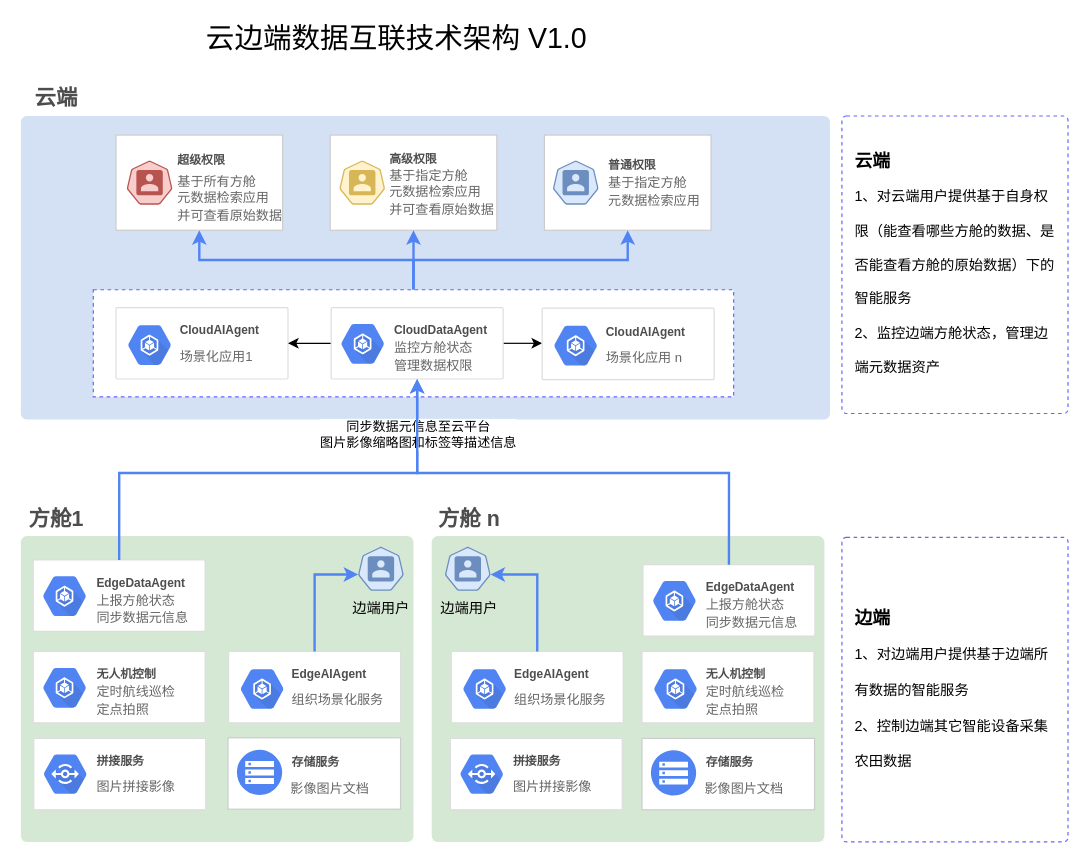
Earlier version of the draw.io diagram page "第 14 页" (14 of 14) of agriview.drawio (GISering/diagram). Source tidied: cells renumbered, new cells numbered last; positions are measured from the earlier drawing's top-left corner, leaving out a move shared by most shapes. Both pictures are drawn from the tidied source at 119%, with x=0, y=0 at pixel (20, 20).
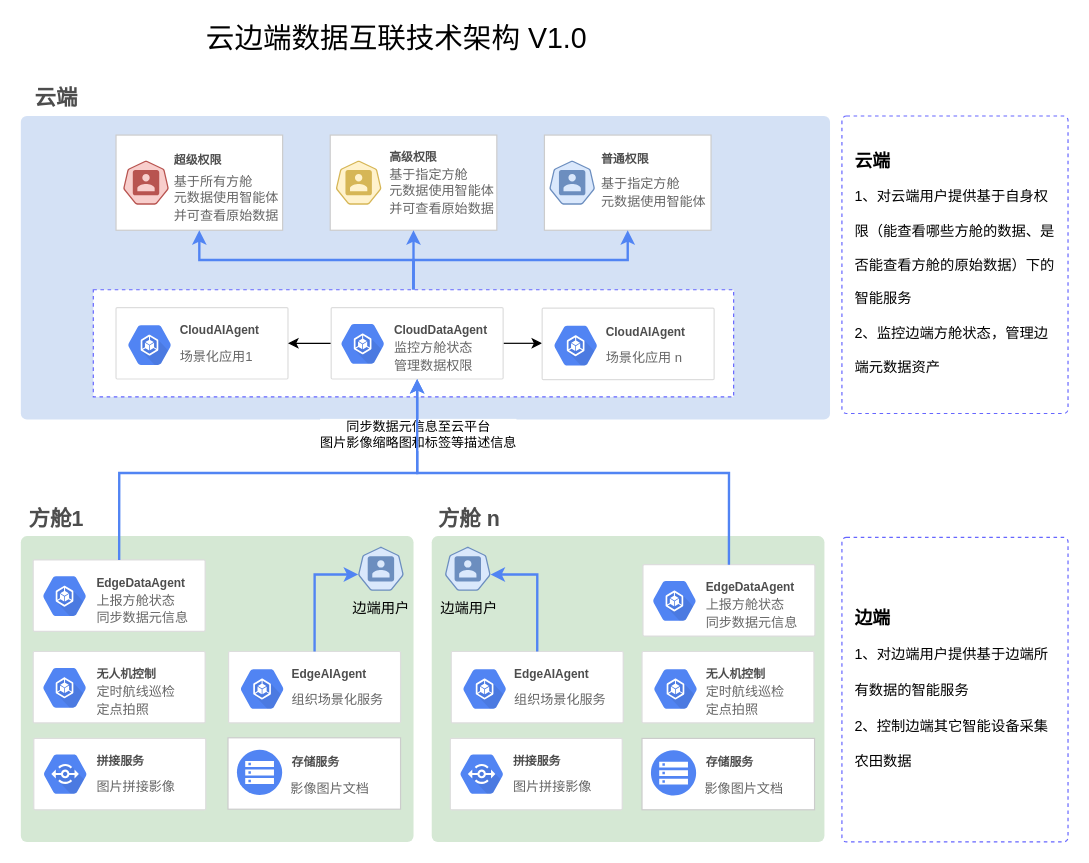
The same page after the edit.

Diff of the diagram source:
```diff
@@
     <mxCell id="59" style="sketch=0;html=1;dashed=0;whitespace=wrap;verticalLabelPosition=bottom;verticalAlign=top;fillColor=#f8cecc;strokeColor=#b85450;shape=mxgraph.kubernetes.icon2;prIcon=user;" parent="1" vertex="1">
-      <mxGeometry x="88.9" y="117.5" width="38.6" height="37" as="geometry" />
+      <mxGeometry x="85.9" y="117.5" width="38.6" height="37" as="geometry" />
     </mxCell>
     <mxCell id="60" style="group;" parent="1" vertex="1">
-      <mxGeometry x="130" y="91" width="100" height="88.5" as="geometry" />
+      <mxGeometry x="127" y="91" width="100" height="88.5" as="geometry" />
     </mxCell>
@@
-    <mxCell id="62" value="&lt;font style=&quot;font-size: 11px;&quot;&gt;基于所有方舱&lt;/font&gt;&lt;div&gt;&lt;font style=&quot;font-size: 11px;&quot;&gt;元数据&lt;/font&gt;&lt;span style=&quot;font-size: 11px; background-color: transparent; color: light-dark(rgb(102, 102, 102), rgb(149, 149, 149));&quot;&gt;检索&lt;/span&gt;&lt;span style=&quot;font-size: 11px; background-color: transparent; color: light-dark(rgb(102, 102, 102), rgb(149, 149, 149));&quot;&gt;应用&lt;/span&gt;&lt;/div&gt;&lt;div&gt;&lt;font style=&quot;font-size: 11px;&quot;&gt;并可查看原始数据&lt;/font&gt;&lt;/div&gt;" style="text;html=1;strokeColor=none;fillColor=none;align=left;verticalAlign=middle;whiteSpace=wrap;rounded=0;fontColor=#666666;" parent="60" vertex="1">
+    <mxCell id="62" value="&lt;font style=&quot;font-size: 11px;&quot;&gt;基于所有方舱&lt;/font&gt;&lt;div&gt;&lt;font style=&quot;font-size: 11px;&quot;&gt;元数据&lt;/font&gt;&lt;span style=&quot;font-size: 11px; background-color: transparent; color: light-dark(rgb(102, 102, 102), rgb(149, 149, 149));&quot;&gt;使用智能体&lt;/span&gt;&lt;span style=&quot;font-size: 11px; background-color: transparent; color: light-dark(rgb(102, 102, 102), rgb(149, 149, 149));&quot;&gt;并可查看原始数据&lt;/span&gt;&lt;/div&gt;" style="text;html=1;strokeColor=none;fillColor=none;align=left;verticalAlign=middle;whiteSpace=wrap;rounded=0;fontColor=#666666;" parent="60" vertex="1">
       <mxGeometry y="32.4" width="98.2" height="51.1" as="geometry" />
     </mxCell>
@@
     <mxCell id="64" style="sketch=0;html=1;dashed=0;whitespace=wrap;verticalLabelPosition=bottom;verticalAlign=top;fillColor=#fff2cc;strokeColor=#d6b656;shape=mxgraph.kubernetes.icon2;prIcon=user;" parent="1" vertex="1">
-      <mxGeometry x="267.6" y="117.5" width="38.6" height="37" as="geometry" />
+      <mxGeometry x="264.6" y="117.5" width="38.6" height="37" as="geometry" />
     </mxCell>
     <mxCell id="65" style="group;" parent="1" vertex="1">
-      <mxGeometry x="308" y="93" width="92" height="78.5" as="geometry" />
+      <mxGeometry x="308" y="90" width="92" height="81.5" as="geometry" />
     </mxCell>
     <mxCell id="66" value="&lt;font style=&quot;font-size: 10px;&quot;&gt;高级权限&lt;/font&gt;" style="text;html=1;strokeColor=none;fillColor=none;align=left;verticalAlign=middle;whiteSpace=wrap;rounded=0;fontColor=#4D4D4D;fontStyle=1;" parent="65" vertex="1">
-      <mxGeometry width="92" height="45.3" as="geometry" />
+      <mxGeometry width="92" height="47" as="geometry" />
     </mxCell>
-    <mxCell id="67" value="&lt;font style=&quot;font-size: 11px;&quot;&gt;基于指定方舱&lt;/font&gt;&lt;div&gt;&lt;font style=&quot;font-size: 11px;&quot;&gt;元数据&lt;/font&gt;&lt;span style=&quot;font-size: 11px; background-color: transparent; color: light-dark(rgb(102, 102, 102), rgb(149, 149, 149));&quot;&gt;检索&lt;/span&gt;&lt;span style=&quot;font-size: 11px; background-color: transparent; color: light-dark(rgb(102, 102, 102), rgb(149, 149, 149));&quot;&gt;应用&lt;/span&gt;&lt;/div&gt;&lt;div&gt;&lt;font style=&quot;font-size: 11px;&quot;&gt;并可查看原始数据&lt;/font&gt;&lt;/div&gt;" style="text;html=1;strokeColor=none;fillColor=none;align=left;verticalAlign=middle;whiteSpace=wrap;rounded=0;fontColor=#666666;" parent="65" vertex="1">
-      <mxGeometry y="28.2" width="90.3" height="45.3" as="geometry" />
+    <mxCell id="67" value="&lt;font style=&quot;font-size: 11px;&quot;&gt;基于指定方舱&lt;/font&gt;&lt;div&gt;&lt;font style=&quot;font-size: 11px;&quot;&gt;元数据使用智能体&lt;/font&gt;&lt;/div&gt;&lt;div&gt;&lt;font style=&quot;font-size: 11px;&quot;&gt;并可查看原始数据&lt;/font&gt;&lt;/div&gt;" style="text;html=1;strokeColor=none;fillColor=none;align=left;verticalAlign=middle;whiteSpace=wrap;rounded=0;fontColor=#666666;" parent="65" vertex="1">
+      <mxGeometry y="29.3" width="90.3" height="47" as="geometry" />
     </mxCell>
@@
     <mxCell id="69" style="sketch=0;html=1;dashed=0;whitespace=wrap;verticalLabelPosition=bottom;verticalAlign=top;fillColor=#dae8fc;strokeColor=#6c8ebf;shape=mxgraph.kubernetes.icon2;prIcon=user;" parent="1" vertex="1">
-      <mxGeometry x="447" y="117.5" width="38.6" height="37" as="geometry" />
+      <mxGeometry x="444" y="117.5" width="38.6" height="37" as="geometry" />
     </mxCell>
     <mxCell id="70" style="group;" parent="1" vertex="1">
-      <mxGeometry x="492" y="106" width="82.5" height="52" as="geometry" />
+      <mxGeometry x="486" y="96" width="98" height="68" as="geometry" />
     </mxCell>
     <mxCell id="71" value="&lt;font style=&quot;font-size: 10px;&quot;&gt;普通权限&lt;/font&gt;" style="text;html=1;strokeColor=none;fillColor=none;align=left;verticalAlign=middle;whiteSpace=wrap;rounded=0;fontColor=#4D4D4D;fontStyle=1;" parent="70" vertex="1">
-      <mxGeometry width="82.5" height="30" as="geometry" />
+      <mxGeometry width="98" height="39.2" as="geometry" />
     </mxCell>
-    <mxCell id="72" value="&lt;font style=&quot;font-size: 11px;&quot;&gt;基于指定方舱&lt;/font&gt;&lt;div&gt;&lt;font style=&quot;font-size: 11px;&quot;&gt;元数据&lt;/font&gt;&lt;span style=&quot;font-size: 11px; background-color: transparent; color: light-dark(rgb(102, 102, 102), rgb(149, 149, 149));&quot;&gt;检索&lt;/span&gt;&lt;span style=&quot;font-size: 11px; background-color: transparent; color: light-dark(rgb(102, 102, 102), rgb(149, 149, 149));&quot;&gt;应用&lt;/span&gt;&lt;/div&gt;" style="text;html=1;strokeColor=none;fillColor=none;align=left;verticalAlign=middle;whiteSpace=wrap;rounded=0;fontColor=#666666;" parent="70" vertex="1">
-      <mxGeometry y="22" width="81" height="30" as="geometry" />
+    <mxCell id="72" value="&lt;font style=&quot;font-size: 11px;&quot;&gt;基于指定方舱&lt;/font&gt;&lt;div&gt;&lt;font style=&quot;font-size: 11px;&quot;&gt;元数据&lt;/font&gt;&lt;span style=&quot;font-size: 11px; background-color: transparent; color: light-dark(rgb(102, 102, 102), rgb(149, 149, 149));&quot;&gt;使用智能体&lt;/span&gt;&lt;/div&gt;" style="text;html=1;strokeColor=none;fillColor=none;align=left;verticalAlign=middle;whiteSpace=wrap;rounded=0;fontColor=#666666;" parent="70" vertex="1">
+      <mxGeometry y="28.8" width="96.2" height="39.2" as="geometry" />
     </mxCell>
```
